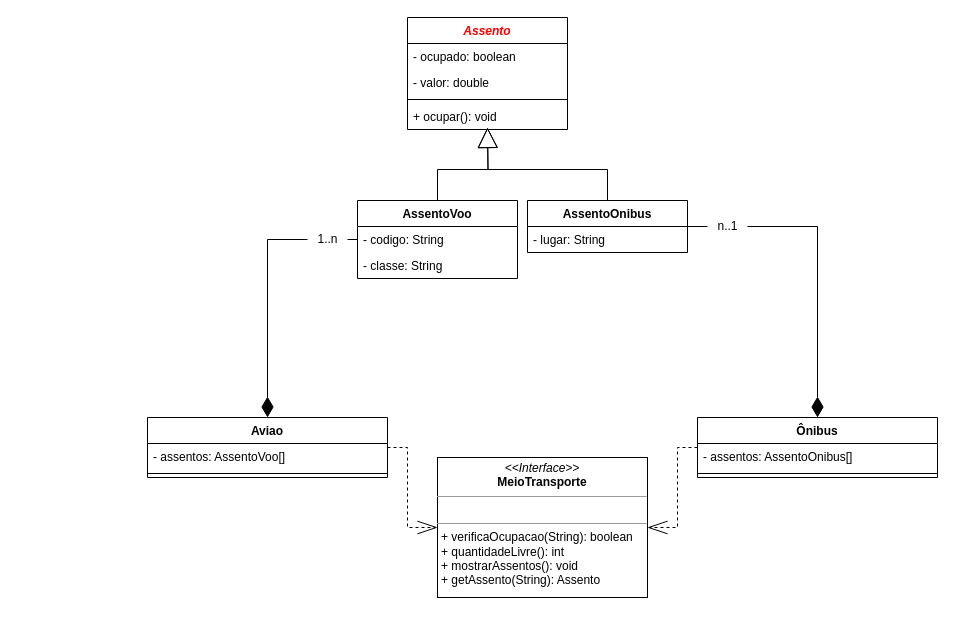
Before: page "Viagens" (4 of 8) of diagramas.drawio in hannaBanannaOF/entra21-git-inicio, a draw.io diagram. Source tidied: cells renumbered, new cells numbered last; positions are measured from the earlier drawing's top-left corner, leaving out a move shared by most shapes. Both pictures are drawn from the tidied source at 100%, with x=0, y=0 at pixel (147, 17).
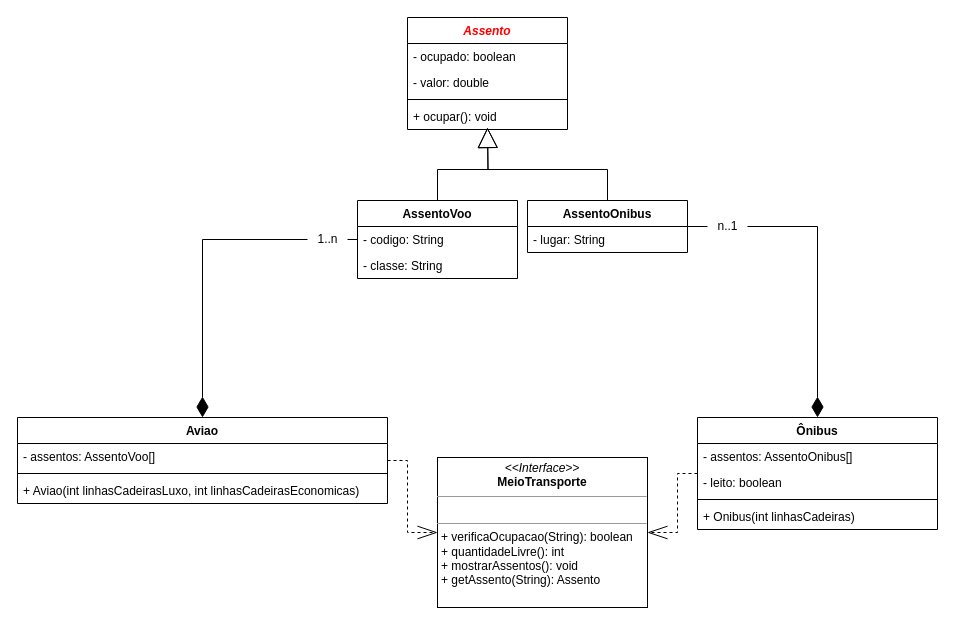
Above is the later version.

What changed in the source:
```diff
@@
     <mxCell id="3" value="Aviao" style="swimlane;fontStyle=1;align=center;verticalAlign=top;horizontal=1;startSize=26;" parent="1" vertex="1">
-      <mxGeometry y="400" width="240" height="60" as="geometry" />
+      <mxGeometry x="-130" y="400" width="370" height="86" as="geometry" />
     </mxCell>
     <mxCell id="4" value="- assentos: AssentoVoo[]" style="text;strokeColor=none;fillColor=none;align=left;verticalAlign=top;spacingLeft=4;spacingRight=4;overflow=hidden;" parent="3" vertex="1">
-      <mxGeometry y="26" width="240" height="26" as="geometry" />
+      <mxGeometry y="26" width="370" height="26" as="geometry" />
     </mxCell>
     <mxCell id="5" style="line;strokeWidth=1;fillColor=none;align=left;verticalAlign=middle;spacingTop=-1;spacingLeft=3;spacingRight=3;labelPosition=right;" parent="3" vertex="1">
-      <mxGeometry y="52" width="240" height="8" as="geometry" />
+      <mxGeometry y="52" width="370" height="8" as="geometry" />
     </mxCell>
+    <mxCell id="29" value="+ Aviao(int linhasCadeirasLuxo, int linhasCadeirasEconomicas)" style="text;strokeColor=none;fillColor=none;align=left;verticalAlign=top;spacingLeft=4;spacingRight=4;overflow=hidden;" parent="3" vertex="1">
+      <mxGeometry y="60" width="370" height="26" as="geometry" />
+    </mxCell>
@@
     <mxCell id="14" value="Ônibus" style="swimlane;fontStyle=1;align=center;verticalAlign=top;horizontal=1;startSize=26;" parent="1" vertex="1">
-      <mxGeometry x="550" y="400" width="240" height="60" as="geometry" />
+      <mxGeometry x="550" y="400" width="240" height="112" as="geometry" />
     </mxCell>
@@
+    <mxCell id="30" value="- leito: boolean" style="text;strokeColor=none;fillColor=none;align=left;verticalAlign=top;spacingLeft=4;spacingRight=4;overflow=hidden;" parent="14" vertex="1">
+      <mxGeometry y="52" width="240" height="26" as="geometry" />
+    </mxCell>
     <mxCell id="16" style="line;strokeWidth=1;fillColor=none;align=left;verticalAlign=middle;spacingTop=-1;spacingLeft=3;spacingRight=3;labelPosition=right;" parent="14" vertex="1">
-      <mxGeometry y="52" width="240" height="8" as="geometry" />
+      <mxGeometry y="78" width="240" height="8" as="geometry" />
     </mxCell>
+    <mxCell id="31" value="+ Onibus(int linhasCadeiras)" style="text;strokeColor=none;fillColor=none;align=left;verticalAlign=top;spacingLeft=4;spacingRight=4;overflow=hidden;" parent="14" vertex="1">
+      <mxGeometry y="86" width="240" height="26" as="geometry" />
+    </mxCell>
@@
     <mxCell id="28" value="&lt;p style=&quot;margin:0px;margin-top:4px;text-align:center;&quot;&gt;&lt;i&gt;&amp;lt;&amp;lt;Interface&amp;gt;&amp;gt;&lt;/i&gt;&lt;br&gt;&lt;b&gt;MeioTransporte&lt;/b&gt;&lt;/p&gt;&lt;hr size=&quot;1&quot;&gt;&lt;p style=&quot;margin:0px;margin-left:4px;&quot;&gt;&lt;br&gt;&lt;/p&gt;&lt;hr size=&quot;1&quot;&gt;&lt;p style=&quot;margin:0px;margin-left:4px;&quot;&gt;+ verificaOcupacao(String): boolean&lt;br&gt;+ quantidadeLivre(): int&lt;/p&gt;&lt;p style=&quot;margin:0px;margin-left:4px;&quot;&gt;+ mostrarAssentos(): void&lt;/p&gt;&lt;p style=&quot;margin:0px;margin-left:4px;&quot;&gt;+ getAssento(String): Assento&lt;/p&gt;" style="verticalAlign=top;align=left;overflow=fill;fontSize=12;fontFamily=Helvetica;html=1;fontColor=#000000;" parent="1" vertex="1">
-      <mxGeometry x="290" y="440" width="210" height="140" as="geometry" />
+      <mxGeometry x="290" y="440" width="210" height="150" as="geometry" />
     </mxCell>
```
